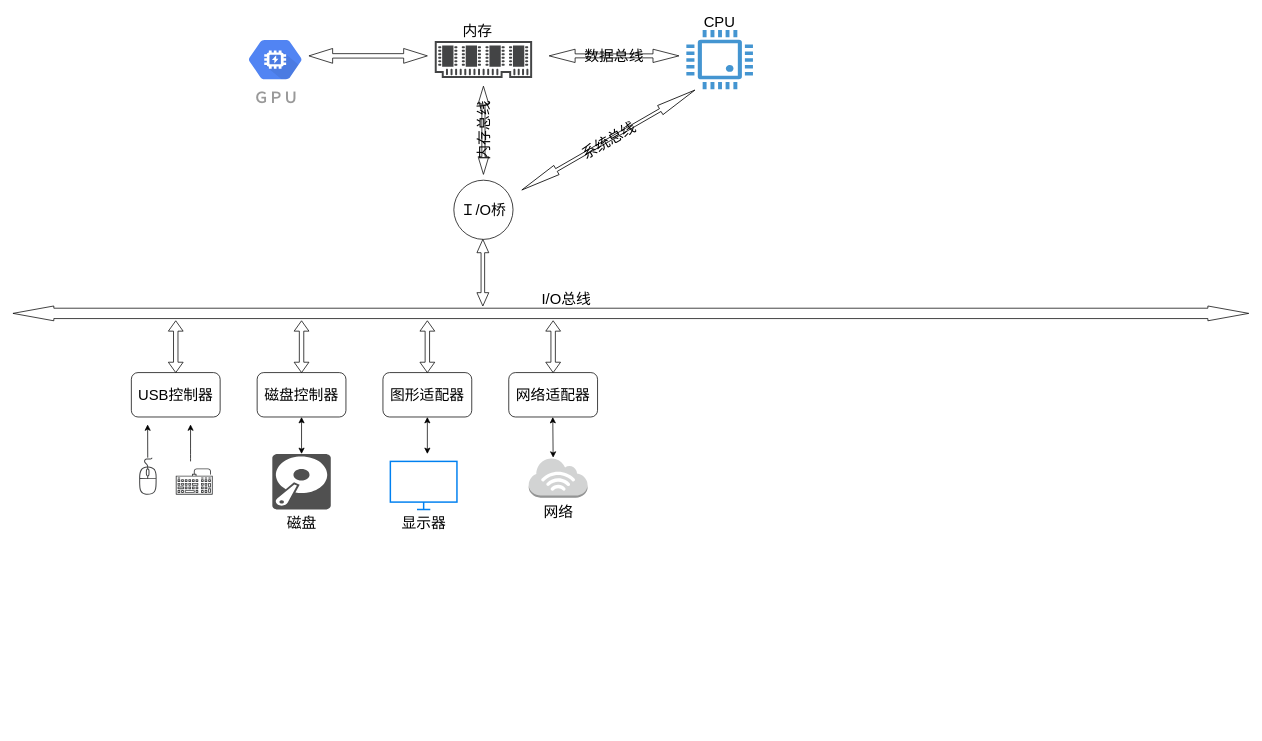
Earlier version of the draw.io diagram GPU性能瓶颈.drawio (shengzhou1216/mindmap). Source tidied: cells renumbered, new cells numbered last; positions are measured from the earlier drawing's top-left corner, leaving out a move shared by most shapes. Both pictures are drawn from the tidied source at 74%, with x=0, y=0 at pixel (13, 17).
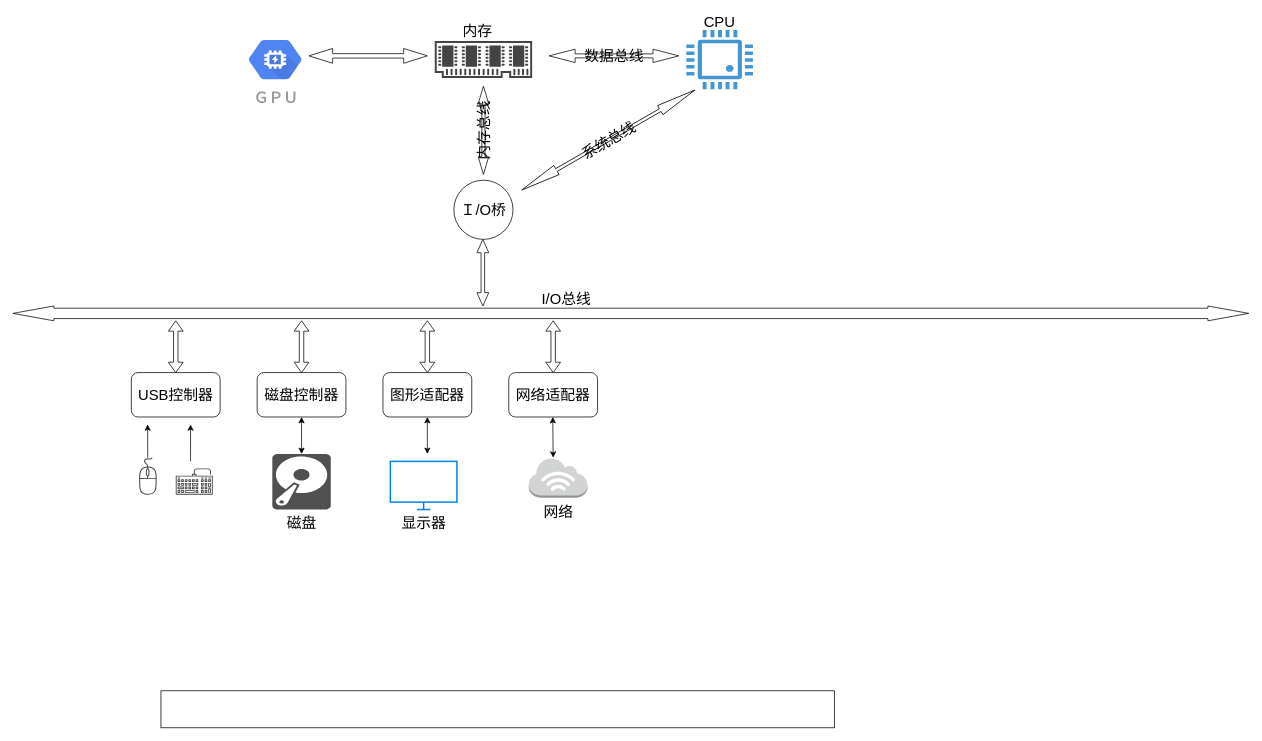
After the change.

Commit message:
更新GPU性能瓶颈.drawio

What changed in the source:
```diff
@@
+    <mxCell id="37" style="rounded=0;whiteSpace=wrap;html=1;fontSize=20;" parent="1" vertex="1">
+      <mxGeometry x="200" y="910" width="910" height="50" as="geometry" />
+    </mxCell>
```
